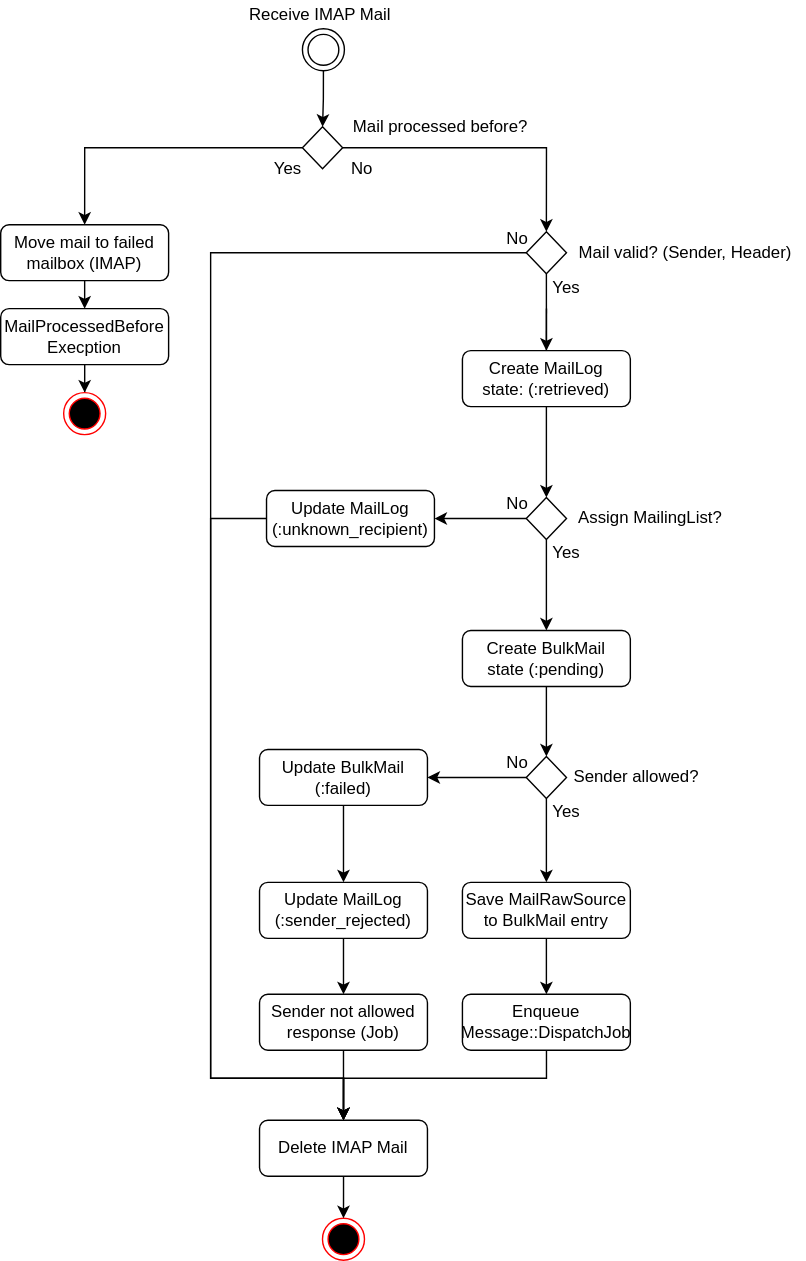
This is doc/architecture/diagrams/modules/messages-bulk-mail-retriever-flowchart.drawio.svg from hitobito/hitobito, a draw.io export, as it was before one commit. Source tidied: cells renumbered, new cells last; positions are measured from the earlier drawing's top-left corner, leaving out a move shared by most shapes.
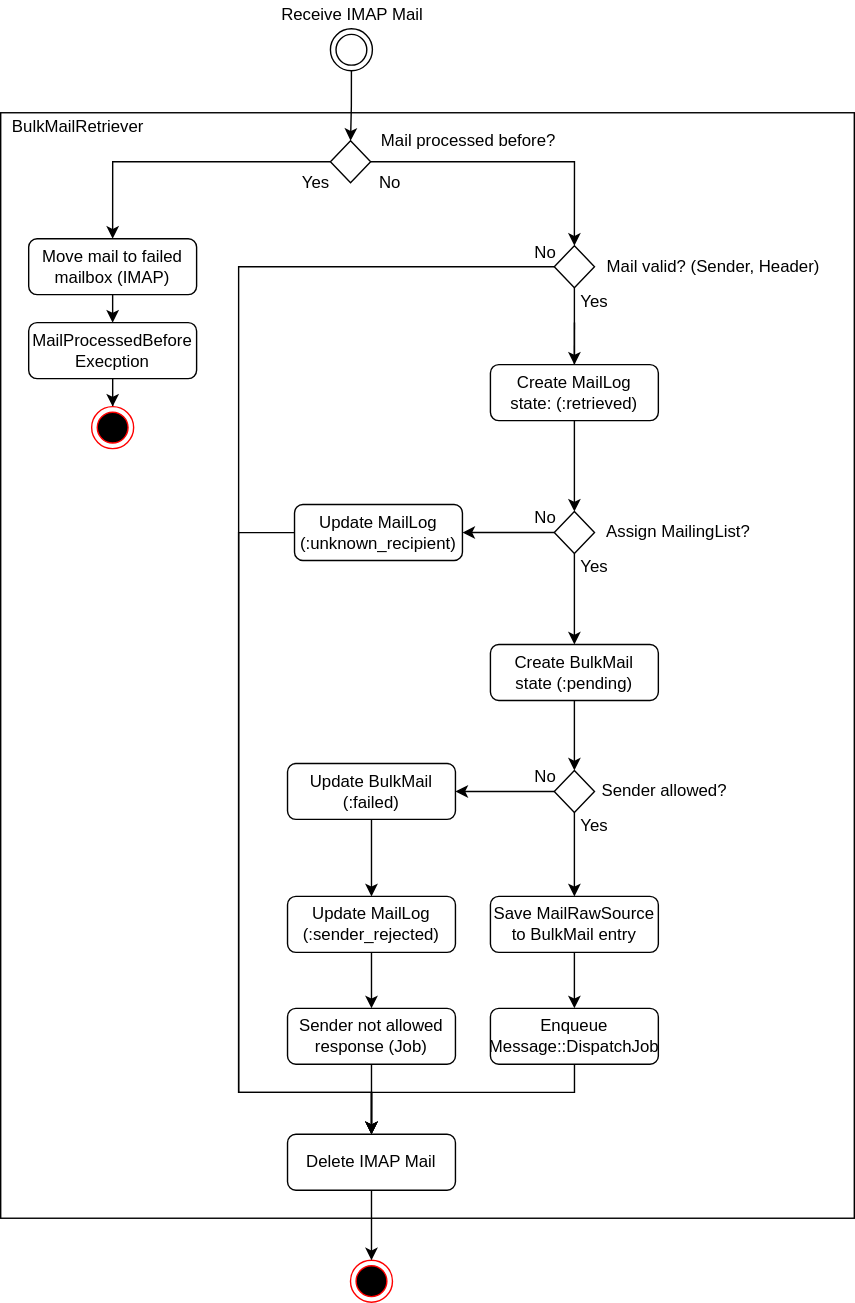
After the commit.

Commit message:
Update activity diagram

What changed in the source:
```diff
@@ -2,6 +2,9 @@
   <root>
     <mxCell id="0" />
     <mxCell id="1" parent="0" />
+    <mxCell id="54" style="rounded=0;whiteSpace=wrap;html=1;" parent="1" vertex="1">
+      <mxGeometry x="-20" y="70" width="610" height="790" as="geometry" />
+    </mxCell>
     <mxCell id="2" style="rhombus;whiteSpace=wrap;html=1;shadow=0;fontFamily=Helvetica;fontSize=12;align=center;strokeWidth=1;spacing=6;spacingTop=-4;" parent="1" vertex="1">
       <mxGeometry x="215.6" y="90" width="28.8" height="30" as="geometry" />
     </mxCell>
@@ -81,7 +84,7 @@
       <mxGeometry x="330" y="710" width="120" height="40" as="geometry" />
     </mxCell>
     <mxCell id="25" style="ellipse;html=1;shape=endState;fillColor=#000000;strokeColor=#ff0000;" parent="1" vertex="1">
-      <mxGeometry x="230" y="870" width="30" height="30" as="geometry" />
+      <mxGeometry x="230" y="890" width="30" height="30" as="geometry" />
     </mxCell>
     <mxCell id="26" style="edgeStyle=orthogonalEdgeStyle;rounded=0;jettySize=auto;html=1;entryX=0.5;entryY=0;entryDx=0;entryDy=0;" parent="1" edge="1" source="27" target="46">
       <mxGeometry relative="1" as="geometry" />
@@ -170,10 +173,10 @@
       <mxGeometry x="375.6" y="165" width="28.8" height="30" as="geometry" />
     </mxCell>
     <mxCell id="50" style="ellipse;shape=doubleEllipse;html=1;dashed=0;whitespace=wrap;" parent="1" vertex="1">
-      <mxGeometry x="215.6" y="20" width="30" height="30" as="geometry" />
+      <mxGeometry x="215.6" y="10" width="30" height="30" as="geometry" />
     </mxCell>
     <mxCell id="51" value="&lt;span&gt;Receive IMAP Mail&lt;/span&gt;" style="text;html=1;align=center;verticalAlign=middle;strokeColor=none;fillColor=none;" parent="1" vertex="1">
-      <mxGeometry x="168" width="120" height="20" as="geometry" />
+      <mxGeometry x="170.6" y="-10" width="120" height="20" as="geometry" />
     </mxCell>
     <mxCell id="52" style="rhombus;whiteSpace=wrap;html=1;shadow=0;fontFamily=Helvetica;fontSize=12;align=center;strokeWidth=1;spacing=6;spacingTop=-4;" parent="1" vertex="1">
       <mxGeometry x="375.6" y="355" width="28.8" height="30" as="geometry" />
@@ -181,5 +184,8 @@
     <mxCell id="53" style="rhombus;whiteSpace=wrap;html=1;shadow=0;fontFamily=Helvetica;fontSize=12;align=center;strokeWidth=1;spacing=6;spacingTop=-4;" parent="1" vertex="1">
       <mxGeometry x="375.6" y="540" width="28.8" height="30" as="geometry" />
     </mxCell>
+    <mxCell id="55" value="BulkMailRetriever" style="text;html=1;align=center;verticalAlign=middle;strokeColor=none;fillColor=none;" parent="1" vertex="1">
+      <mxGeometry x="-20" y="70" width="110" height="20" as="geometry" />
+    </mxCell>
   </root>
 </mxGraphModel>
```
